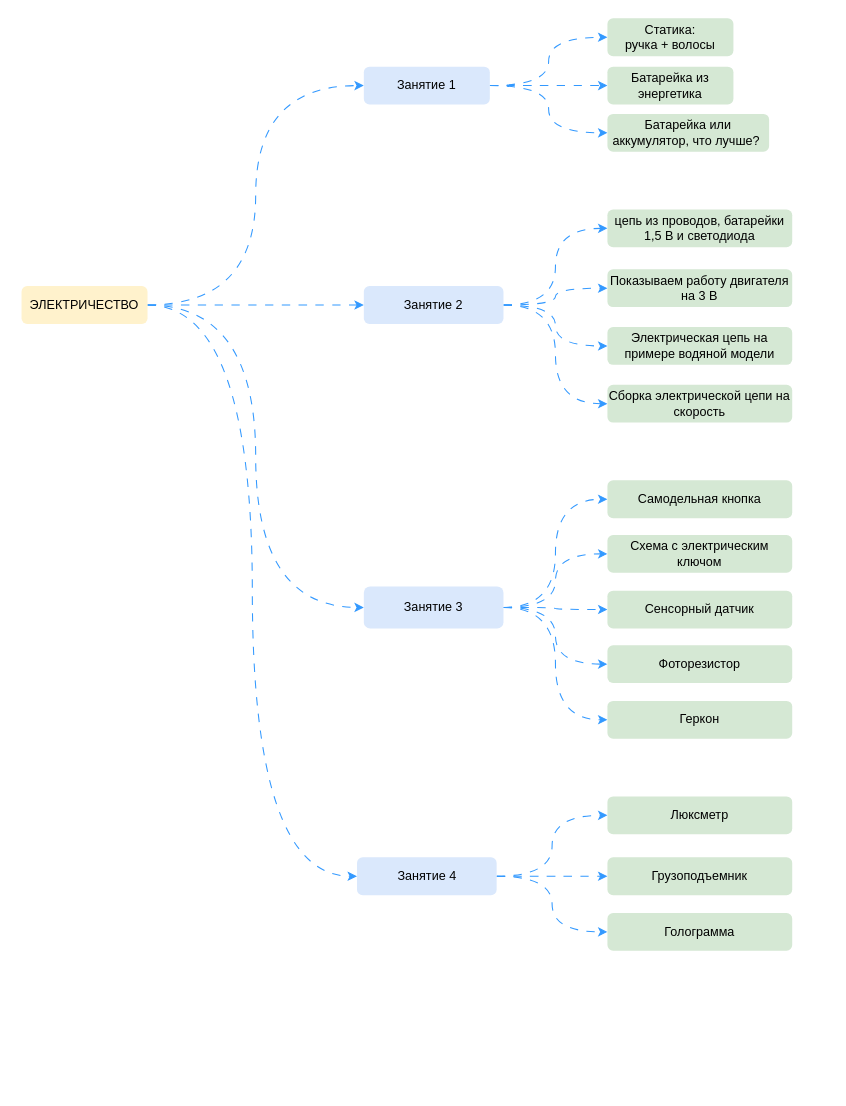
Earlier version of the draw.io diagram page "START" (1 of 2) of young energy.drawio (orlov-oleg-developer/uml-diagrams). Source tidied: cells renumbered, new cells numbered last; positions are measured from the earlier drawing's top-left corner, leaving out a move shared by most shapes. Both pictures are drawn from the tidied source at 105%, with x=0, y=0 at pixel (21, 18).
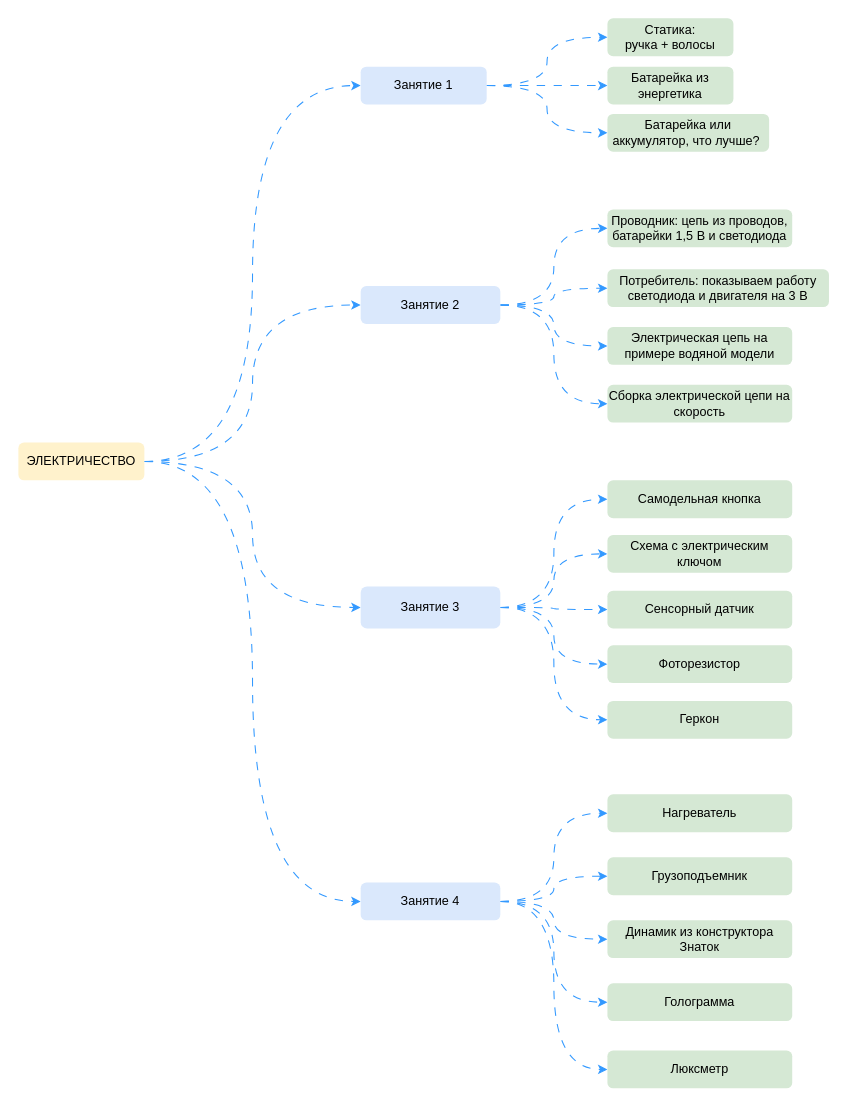
Above is the later version.

Change to the diagram source:
```diff
@@
     <mxCell id="6" value="ЭЛЕКТРИЧЕСТВО" style="rounded=1;whiteSpace=wrap;html=1;fillColor=#fff2cc;strokeColor=none;" parent="1" vertex="1">
-      <mxGeometry y="255" width="120" height="36" as="geometry" />
+      <mxGeometry x="-3" y="404" width="120" height="36" as="geometry" />
     </mxCell>
@@
     <mxCell id="10" value="Занятие 1" style="rounded=1;whiteSpace=wrap;html=1;fillColor=#dae8fc;strokeColor=none;" parent="1" vertex="1">
-      <mxGeometry x="326" y="46" width="120" height="36" as="geometry" />
+      <mxGeometry x="323" y="46" width="120" height="36" as="geometry" />
     </mxCell>
@@
     <mxCell id="15" value="Занятие 2" style="rounded=1;whiteSpace=wrap;html=1;fillColor=#dae8fc;strokeColor=none;" parent="1" vertex="1">
-      <mxGeometry x="326" y="255" width="133" height="36" as="geometry" />
+      <mxGeometry x="323" y="255" width="133" height="36" as="geometry" />
     </mxCell>
@@
     <mxCell id="21" value="Занятие 3" style="rounded=1;whiteSpace=wrap;html=1;fillColor=#dae8fc;strokeColor=none;" parent="1" vertex="1">
-      <mxGeometry x="326" y="541" width="133" height="40" as="geometry" />
+      <mxGeometry x="323" y="541" width="133" height="40" as="geometry" />
     </mxCell>
-    <mxCell id="22" style="edgeStyle=orthogonalEdgeStyle;shape=connector;curved=1;rounded=0;jettySize=auto;html=1;entryX=0;entryY=0.5;entryDx=0;entryDy=0;dashed=1;dashPattern=8 8;labelBackgroundColor=default;strokeColor=#3399FF;align=center;verticalAlign=middle;fontFamily=Helvetica;fontSize=11;fontColor=default;endArrow=classic;" parent="1" edge="1" source="25" target="38">
-      <mxGeometry relative="1" as="geometry" />
-    </mxCell>
@@
+    <mxCell id="41" style="edgeStyle=orthogonalEdgeStyle;shape=connector;curved=1;rounded=0;jettySize=auto;html=1;entryX=0;entryY=0.5;entryDx=0;entryDy=0;dashed=1;dashPattern=8 8;labelBackgroundColor=default;strokeColor=#3399FF;align=center;verticalAlign=middle;fontFamily=Helvetica;fontSize=11;fontColor=default;endArrow=classic;" parent="1" edge="1" source="25" target="43">
+      <mxGeometry relative="1" as="geometry" />
+    </mxCell>
+    <mxCell id="42" style="edgeStyle=orthogonalEdgeStyle;shape=connector;curved=1;rounded=0;jettySize=auto;html=1;entryX=0;entryY=0.5;entryDx=0;entryDy=0;dashed=1;dashPattern=8 8;labelBackgroundColor=default;strokeColor=#3399FF;align=center;verticalAlign=middle;fontFamily=Helvetica;fontSize=11;fontColor=default;endArrow=classic;" parent="1" edge="1" source="25" target="44">
+      <mxGeometry relative="1" as="geometry" />
+    </mxCell>
+    <mxCell id="22" style="edgeStyle=orthogonalEdgeStyle;shape=connector;curved=1;rounded=0;jettySize=auto;html=1;entryX=0;entryY=0.5;entryDx=0;entryDy=0;dashed=1;dashPattern=8 8;labelBackgroundColor=default;strokeColor=#3399FF;align=center;verticalAlign=middle;fontFamily=Helvetica;fontSize=11;fontColor=default;endArrow=classic;" parent="1" edge="1" source="25" target="38">
+      <mxGeometry relative="1" as="geometry" />
+    </mxCell>
     <mxCell id="25" value="Занятие 4" style="rounded=1;whiteSpace=wrap;html=1;fillColor=#dae8fc;strokeColor=none;" parent="1" vertex="1">
-      <mxGeometry x="319.5" y="799" width="133" height="36" as="geometry" />
+      <mxGeometry x="323" y="823" width="133" height="36" as="geometry" />
     </mxCell>
@@
-    <mxCell id="29" value="цепь из проводов, батарейки 1,5 В и светодиода" style="rounded=1;whiteSpace=wrap;html=1;fillColor=#d5e8d4;strokeColor=none;flipV=0;" parent="1" vertex="1">
+    <mxCell id="29" value="Проводник: цепь из проводов, батарейки 1,5 В и светодиода" style="rounded=1;whiteSpace=wrap;html=1;fillColor=#d5e8d4;strokeColor=none;flipV=0;" parent="1" vertex="1">
       <mxGeometry x="558" y="182" width="176" height="36" as="geometry" />
     </mxCell>
-    <mxCell id="30" value="Показываем работу двигателя на 3 В" style="rounded=1;whiteSpace=wrap;html=1;fillColor=#d5e8d4;strokeColor=none;flipV=0;" parent="1" vertex="1">
-      <mxGeometry x="558" y="239" width="176" height="36" as="geometry" />
+    <mxCell id="30" value="Потребитель: показываем работу светодиода и двигателя на 3 В" style="rounded=1;whiteSpace=wrap;html=1;fillColor=#d5e8d4;strokeColor=none;flipV=0;" parent="1" vertex="1">
+      <mxGeometry x="558" y="239" width="211" height="36" as="geometry" />
     </mxCell>
@@
-    <mxCell id="38" value="Люксметр" style="rounded=1;whiteSpace=wrap;html=1;fillColor=#d5e8d4;strokeColor=none;" parent="1" vertex="1">
-      <mxGeometry x="558" y="741" width="176" height="36" as="geometry" />
-    </mxCell>
@@
     <mxCell id="40" value="Голограмма" style="rounded=1;whiteSpace=wrap;html=1;fillColor=#d5e8d4;strokeColor=none;" parent="1" vertex="1">
-      <mxGeometry x="558" y="852" width="176" height="36" as="geometry" />
+      <mxGeometry x="558" y="919" width="176" height="36" as="geometry" />
     </mxCell>
+    <mxCell id="43" value="Нагреватель" style="rounded=1;whiteSpace=wrap;html=1;fillColor=#d5e8d4;strokeColor=none;" parent="1" vertex="1">
+      <mxGeometry x="558" y="739" width="176" height="36" as="geometry" />
+    </mxCell>
+    <mxCell id="44" value="Динамик из конструктора Знаток" style="rounded=1;whiteSpace=wrap;html=1;fillColor=#d5e8d4;strokeColor=none;" parent="1" vertex="1">
+      <mxGeometry x="558" y="859" width="176" height="36" as="geometry" />
+    </mxCell>
+    <mxCell id="38" value="Люксметр" style="rounded=1;whiteSpace=wrap;html=1;fillColor=#d5e8d4;strokeColor=none;" parent="1" vertex="1">
+      <mxGeometry x="558" y="983" width="176" height="36" as="geometry" />
+    </mxCell>
```
